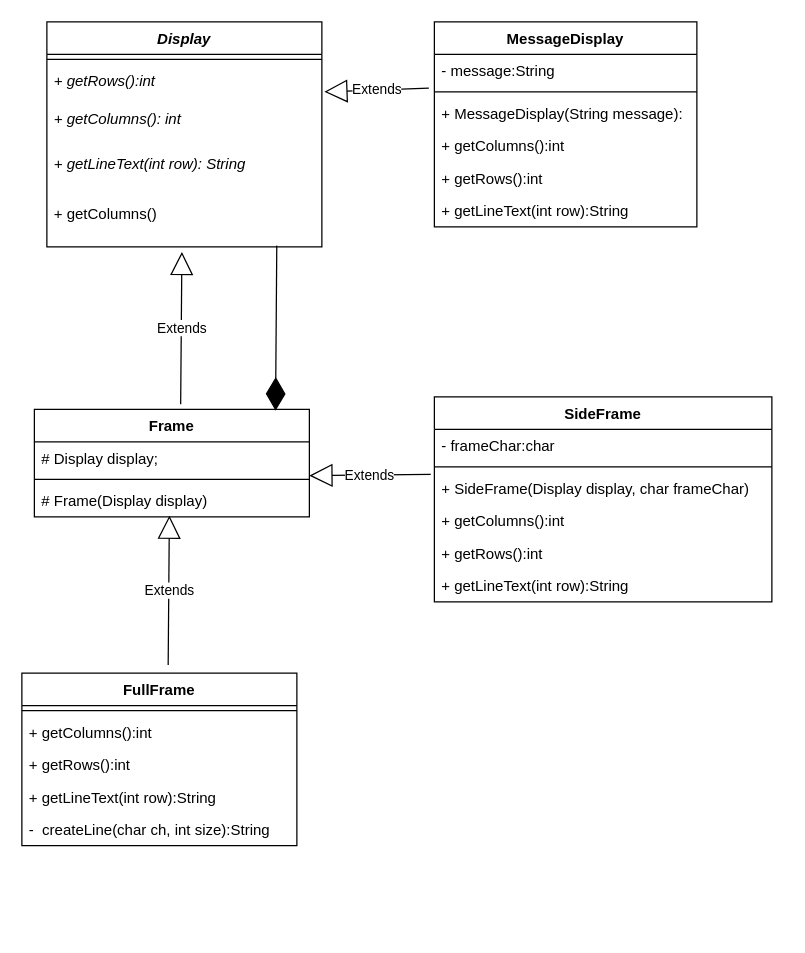
The draw.io diagram page "Page-1" (1 of 2) of Untitled Diagram.drawio in brunoorlandin/estruturas_dados, before the edit. Source tidied: cells renumbered, new cells numbered last; positions are measured from the earlier drawing's top-left corner, leaving out a move shared by most shapes. Both pictures are drawn from the tidied source at 125%, with x=0, y=0 at pixel (21, 21).
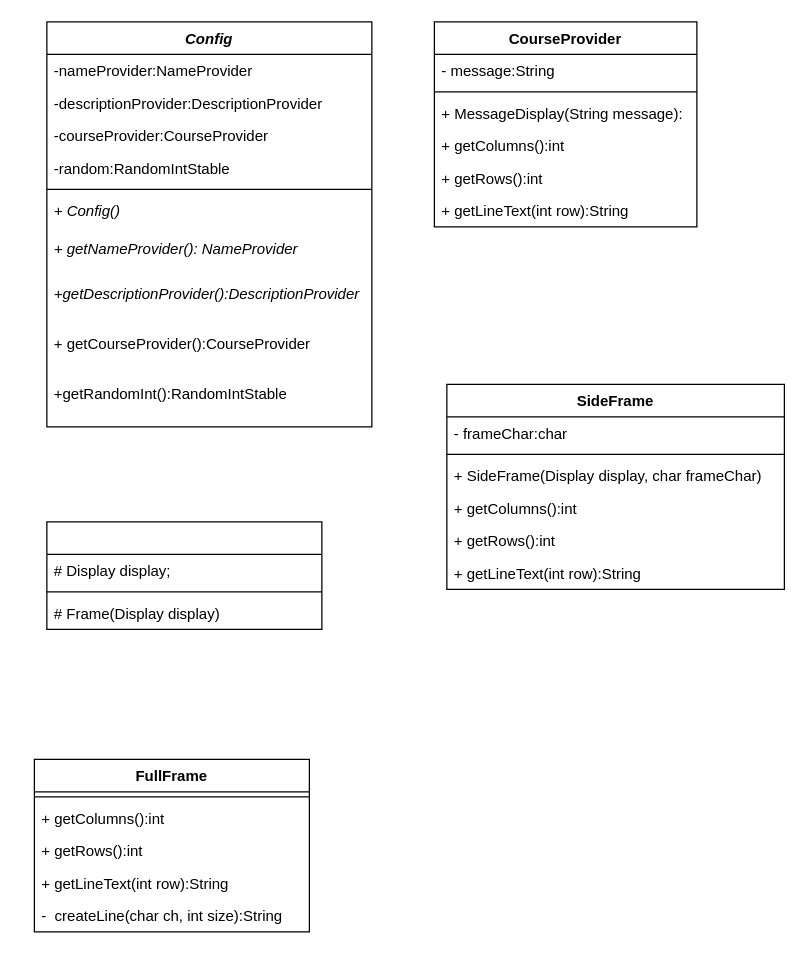
Above is the later version.

Unchanged cells that the change refers to:
```xml
<mxCell id="22" value="- message:String" style="text;strokeColor=none;fillColor=none;align=left;verticalAlign=top;spacingLeft=4;spacingRight=4;overflow=hidden;points=[[0,0.5],[1,0.5]];portConstraint=eastwest;" parent="21" vertex="1">
  <mxGeometry y="26" width="210" height="26" as="geometry" />
</mxCell>
```

What changed in the source:
```diff
@@
-    <mxCell id="2" value="Display" style="swimlane;fontStyle=3;align=center;verticalAlign=top;horizontal=1;startSize=26;" parent="1" vertex="1">
-      <mxGeometry x="20" width="220" height="180" as="geometry" />
+    <mxCell id="2" value="Config" style="swimlane;fontStyle=3;align=center;verticalAlign=top;horizontal=1;startSize=26;" parent="1" vertex="1">
+      <mxGeometry x="20" width="260" height="324" as="geometry" />
     </mxCell>
+    <mxCell id="37" value="-nameProvider:NameProvider" style="text;strokeColor=none;fillColor=none;align=left;verticalAlign=top;spacingLeft=4;spacingRight=4;overflow=hidden;" parent="2" vertex="1">
+      <mxGeometry y="26" width="260" height="26" as="geometry" />
+    </mxCell>
+    <mxCell id="38" value="-descriptionProvider:DescriptionProvider&#10;" style="text;strokeColor=none;fillColor=none;align=left;verticalAlign=top;spacingLeft=4;spacingRight=4;overflow=hidden;" parent="2" vertex="1">
+      <mxGeometry y="52" width="260" height="26" as="geometry" />
+    </mxCell>
+    <mxCell id="39" value="-courseProvider:CourseProvider&#10;" style="text;strokeColor=none;fillColor=none;align=left;verticalAlign=top;spacingLeft=4;spacingRight=4;overflow=hidden;" parent="2" vertex="1">
+      <mxGeometry y="78" width="260" height="26" as="geometry" />
+    </mxCell>
+    <mxCell id="40" value="-random:RandomIntStable&#10;&#10;" style="text;strokeColor=none;fillColor=none;align=left;verticalAlign=top;spacingLeft=4;spacingRight=4;overflow=hidden;" parent="2" vertex="1">
+      <mxGeometry y="104" width="260" height="26" as="geometry" />
+    </mxCell>
     <mxCell id="3" style="line;strokeWidth=1;fillColor=none;align=left;verticalAlign=middle;spacingTop=-1;spacingLeft=3;spacingRight=3;labelPosition=right;" parent="2" vertex="1">
-      <mxGeometry y="26" width="220" height="8" as="geometry" />
+      <mxGeometry y="130" width="260" height="8" as="geometry" />
     </mxCell>
-    <mxCell id="4" value="+ getRows():int" style="text;strokeColor=none;fillColor=none;align=left;verticalAlign=top;spacingLeft=4;spacingRight=4;overflow=hidden;points=[[0,0.5],[1,0.5]];portConstraint=eastwest;fontStyle=2;" parent="2" vertex="1">
-      <mxGeometry y="34" width="220" height="30" as="geometry" />
+    <mxCell id="4" value="+ Config()" style="text;strokeColor=none;fillColor=none;align=left;verticalAlign=top;spacingLeft=4;spacingRight=4;overflow=hidden;points=[[0,0.5],[1,0.5]];portConstraint=eastwest;fontStyle=2;" parent="2" vertex="1">
+      <mxGeometry y="138" width="260" height="30" as="geometry" />
     </mxCell>
-    <mxCell id="5" value="+ getColumns(): int" style="text;strokeColor=none;fillColor=none;align=left;verticalAlign=top;spacingLeft=4;spacingRight=4;overflow=hidden;fontStyle=2;" parent="2" vertex="1">
-      <mxGeometry y="64" width="220" height="36" as="geometry" />
+    <mxCell id="5" value="+ getNameProvider(): NameProvider" style="text;strokeColor=none;fillColor=none;align=left;verticalAlign=top;spacingLeft=4;spacingRight=4;overflow=hidden;fontStyle=2;" parent="2" vertex="1">
+      <mxGeometry y="168" width="260" height="36" as="geometry" />
     </mxCell>
-    <mxCell id="6" value="+ getLineText(int row): String" style="text;strokeColor=none;fillColor=none;align=left;verticalAlign=top;spacingLeft=4;spacingRight=4;overflow=hidden;fontStyle=2;" parent="2" vertex="1">
-      <mxGeometry y="100" width="220" height="40" as="geometry" />
+    <mxCell id="6" value="+getDescriptionProvider():DescriptionProvider " style="text;strokeColor=none;fillColor=none;align=left;verticalAlign=top;spacingLeft=4;spacingRight=4;overflow=hidden;fontStyle=2;" parent="2" vertex="1">
+      <mxGeometry y="204" width="260" height="40" as="geometry" />
     </mxCell>
-    <mxCell id="7" value="+ getColumns()" style="text;strokeColor=none;fillColor=none;align=left;verticalAlign=top;spacingLeft=4;spacingRight=4;overflow=hidden;points=[[0,0.5],[1,0.5]];portConstraint=eastwest;" parent="2" vertex="1">
-      <mxGeometry y="140" width="220" height="40" as="geometry" />
+    <mxCell id="7" value="+ getCourseProvider():CourseProvider" style="text;strokeColor=none;fillColor=none;align=left;verticalAlign=top;spacingLeft=4;spacingRight=4;overflow=hidden;points=[[0,0.5],[1,0.5]];portConstraint=eastwest;" parent="2" vertex="1">
+      <mxGeometry y="244" width="260" height="40" as="geometry" />
     </mxCell>
+    <mxCell id="41" value="+getRandomInt():RandomIntStable" style="text;strokeColor=none;fillColor=none;align=left;verticalAlign=top;spacingLeft=4;spacingRight=4;overflow=hidden;" parent="2" vertex="1">
+      <mxGeometry y="284" width="260" height="40" as="geometry" />
+    </mxCell>
-    <mxCell id="8" value="Frame" style="swimlane;fontStyle=1;align=center;verticalAlign=top;horizontal=1;startSize=26;" parent="1" vertex="1">
-      <mxGeometry x="10" y="310" width="220" height="86" as="geometry" />
+    <mxCell id="8" style="swimlane;fontStyle=1;align=center;verticalAlign=top;horizontal=1;startSize=26;" parent="1" vertex="1">
+      <mxGeometry x="20" y="400" width="220" height="86" as="geometry" />
     </mxCell>
@@
-    <mxCell id="12" value="Extends" style="endArrow=block;endSize=16;endFill=0;html=1;fontColor=#000000;entryX=0.491;entryY=1.1;entryDx=0;entryDy=0;entryPerimeter=0;exitX=0.532;exitY=-0.047;exitDx=0;exitDy=0;exitPerimeter=0;" parent="1" edge="1" source="8" target="7">
-      <mxGeometry relative="1" as="geometry" />
-    </mxCell>
-    <mxCell id="13" style="endArrow=diamondThin;endFill=1;endSize=24;html=1;fontColor=#000000;exitX=0.836;exitY=0.975;exitDx=0;exitDy=0;exitPerimeter=0;entryX=0.877;entryY=0.012;entryDx=0;entryDy=0;entryPerimeter=0;" parent="1" edge="1" source="7" target="8">
-      <mxGeometry relative="1" as="geometry" />
-    </mxCell>
     <mxCell id="14" value="FullFrame " style="swimlane;fontStyle=1;align=center;verticalAlign=top;horizontal=1;startSize=26;" parent="1" vertex="1">
-      <mxGeometry y="521" width="220" height="138" as="geometry" />
+      <mxGeometry x="10" y="590" width="220" height="138" as="geometry" />
     </mxCell>
@@
-    <mxCell id="20" value="Extends" style="endArrow=block;endSize=16;endFill=0;html=1;fontColor=#000000;entryX=0.491;entryY=1.1;entryDx=0;entryDy=0;entryPerimeter=0;exitX=0.532;exitY=-0.047;exitDx=0;exitDy=0;exitPerimeter=0;" parent="1" edge="1" source="14">
-      <mxGeometry relative="1" as="geometry">
-        <mxPoint x="118" y="395" as="targetPoint" />
-      </mxGeometry>
-    </mxCell>
-    <mxCell id="21" value="MessageDisplay" style="swimlane;fontStyle=1;align=center;verticalAlign=top;horizontal=1;startSize=26;fontColor=#000000;" parent="1" vertex="1">
+    <mxCell id="21" value="CourseProvider " style="swimlane;fontStyle=1;align=center;verticalAlign=top;horizontal=1;startSize=26;fontColor=#000000;" parent="1" vertex="1">
       <mxGeometry x="330" width="210" height="164" as="geometry" />
     </mxCell>
@@
-    <mxCell id="28" value="Extends" style="endArrow=block;endSize=16;endFill=0;html=1;fontColor=#000000;entryX=1.009;entryY=0.733;entryDx=0;entryDy=0;entryPerimeter=0;exitX=-0.021;exitY=1.038;exitDx=0;exitDy=0;exitPerimeter=0;" parent="1" edge="1" source="22" target="4">
-      <mxGeometry relative="1" as="geometry" />
-    </mxCell>
-    <mxCell id="29" value="Extends" style="endArrow=block;endSize=16;endFill=0;html=1;fontColor=#000000;entryX=1.009;entryY=0.733;entryDx=0;entryDy=0;entryPerimeter=0;exitX=-0.014;exitY=0.077;exitDx=0;exitDy=0;exitPerimeter=0;" parent="1" edge="1">
-      <mxGeometry relative="1" as="geometry">
-        <mxPoint x="327.1" y="362" as="sourcePoint" />
-        <mxPoint x="230" y="363" as="targetPoint" />
-      </mxGeometry>
-    </mxCell>
     <mxCell id="30" value="SideFrame" style="swimlane;fontStyle=1;align=center;verticalAlign=top;horizontal=1;startSize=26;" parent="1" vertex="1">
-      <mxGeometry x="330" y="300" width="270" height="164" as="geometry" />
+      <mxGeometry x="340" y="290" width="270" height="164" as="geometry" />
     </mxCell>
```
